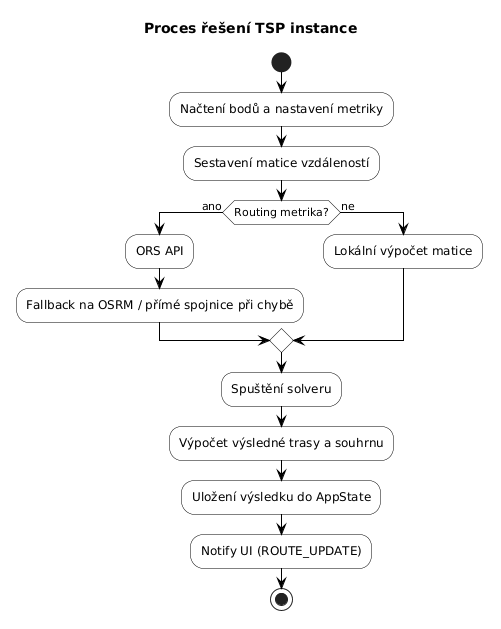
Earlier version of the PlantUML export latex/Figures/TSP_gen_activity_diagram.png (Dr3ynor/DIPLOMA). The source it was exported from:
```plantuml
@startuml
skinparam linetype ortho
skinparam backgroundColor white
skinparam ArrowColor black
skinparam activity {
  BackgroundColor white
  BorderColor black
  DiamondBackgroundColor white
  DiamondBorderColor black
  FontColor black
  BarColor black
}

title Proces řešení TSP instance

start
:Načtení bodů a nastavení metriky;
:Sestavení matice vzdáleností;
if (Routing metrika?) then (ano)
  :ORS API;
  :Fallback na OSRM / přímé spojnice při chybě;
else (ne)
  :Lokální výpočet matice;
endif
:Spuštění solveru;
:Výpočet výsledné trasy a souhrnu;
:Uložení výsledku do AppState;
:Notify UI (ROUTE_UPDATE);
stop
@enduml
```
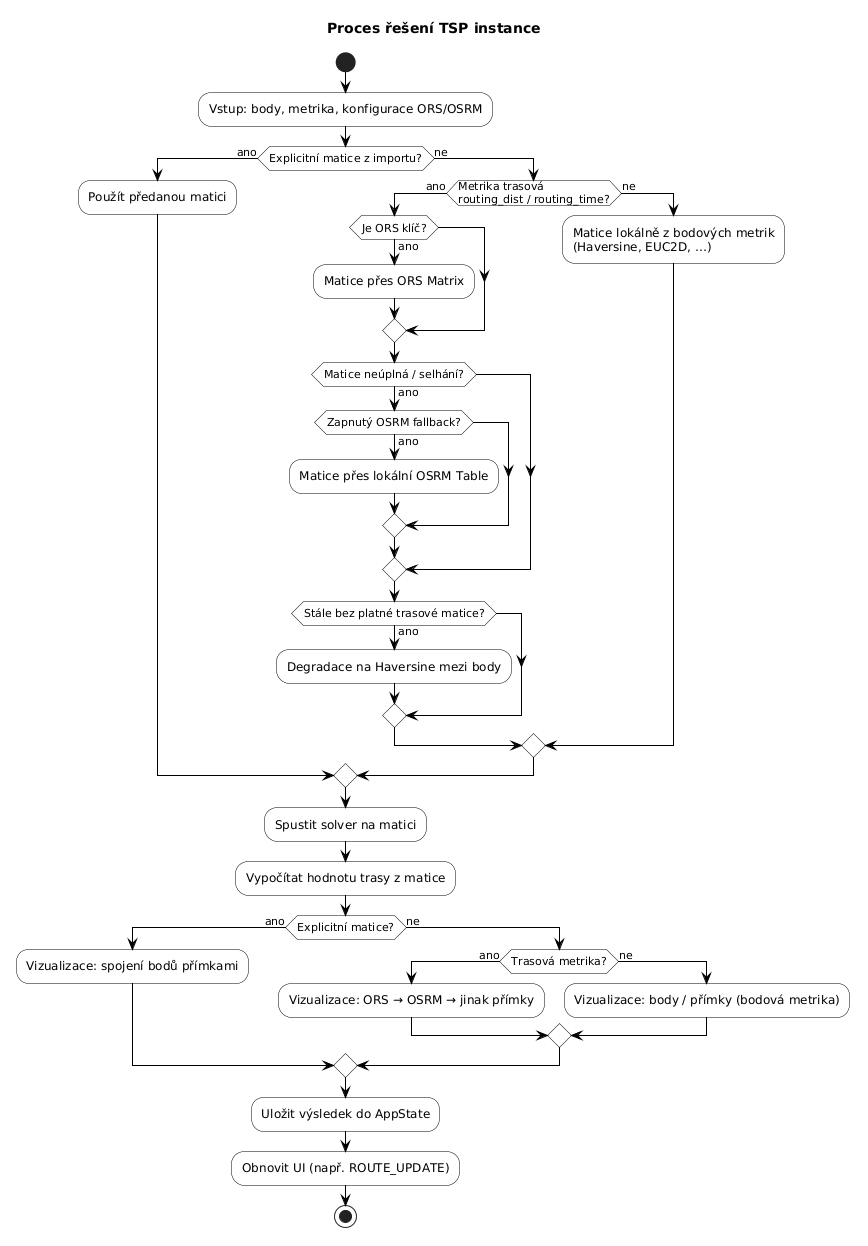
The same file after the commit.

The edit, as a diff of the source:
```diff
@@ -14,17 +14,41 @@
 title Proces řešení TSP instance
 
 start
-:Načtení bodů a nastavení metriky;
-:Sestavení matice vzdáleností;
-if (Routing metrika?) then (ano)
-  :ORS API;
-  :Fallback na OSRM / přímé spojnice při chybě;
+:Vstup: body, metrika, konfigurace ORS/OSRM;
+if (Explicitní matice z importu?) then (ano)
+  :Použít předanou matici;
 else (ne)
-  :Lokální výpočet matice;
+  if (Metrika trasová\nrouting_dist / routing_time?) then (ano)
+    if (Je ORS klíč?) then (ano)
+      :Matice přes ORS Matrix;
+    endif
+    if (Matice neúplná / selhání?) then (ano)
+      if (Zapnutý OSRM fallback?) then (ano)
+        :Matice přes lokální OSRM Table;
+      endif
+    endif
+    if (Stále bez platné trasové matice?) then (ano)
+      :Degradace na Haversine mezi body;
+    endif
+  else (ne)
+    :Matice lokálně z bodových metrik\n(Haversine, EUC2D, …);
+  endif
 endif
-:Spuštění solveru;
-:Výpočet výsledné trasy a souhrnu;
-:Uložení výsledku do AppState;
-:Notify UI (ROUTE_UPDATE);
+
+:Spustit solver na matici;
+:Vypočítat hodnotu trasy z matice;
+
+if (Explicitní matice?) then (ano)
+  :Vizualizace: spojení bodů přímkami;
+else (ne)
+  if (Trasová metrika?) then (ano)
+    :Vizualizace: ORS → OSRM → jinak přímky;
+  else (ne)
+    :Vizualizace: body / přímky (bodová metrika);
+  endif
+endif
+
+:Uložit výsledek do AppState;
+:Obnovit UI (např. ROUTE_UPDATE);
 stop
 @enduml
```
